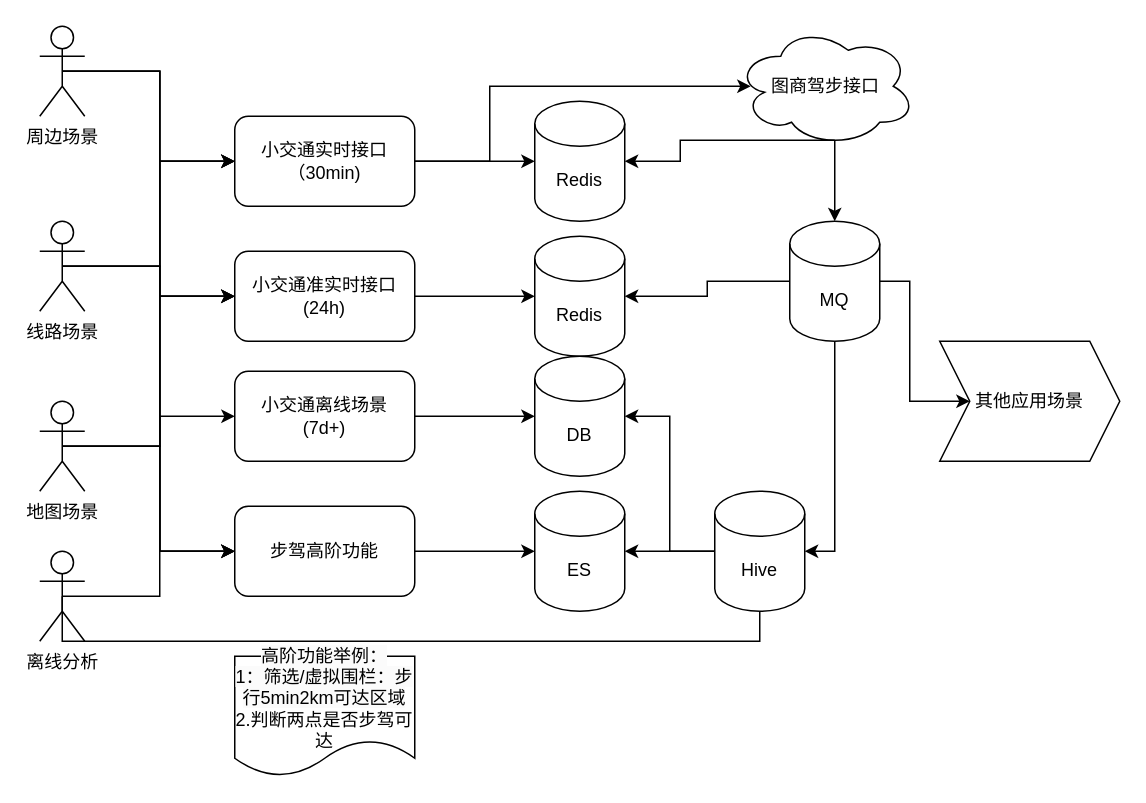
The draw.io diagram page "小交通数据架构设计" (2 of 3) of 大小交通架构设计.drawio in tsafo/demo, before the edit. Source tidied: cells renumbered, new cells numbered last; positions are measured from the earlier drawing's top-left corner, leaving out a move shared by most shapes. Both pictures are drawn from the tidied source at 150%, with x=0, y=0 at pixel (39, 26).
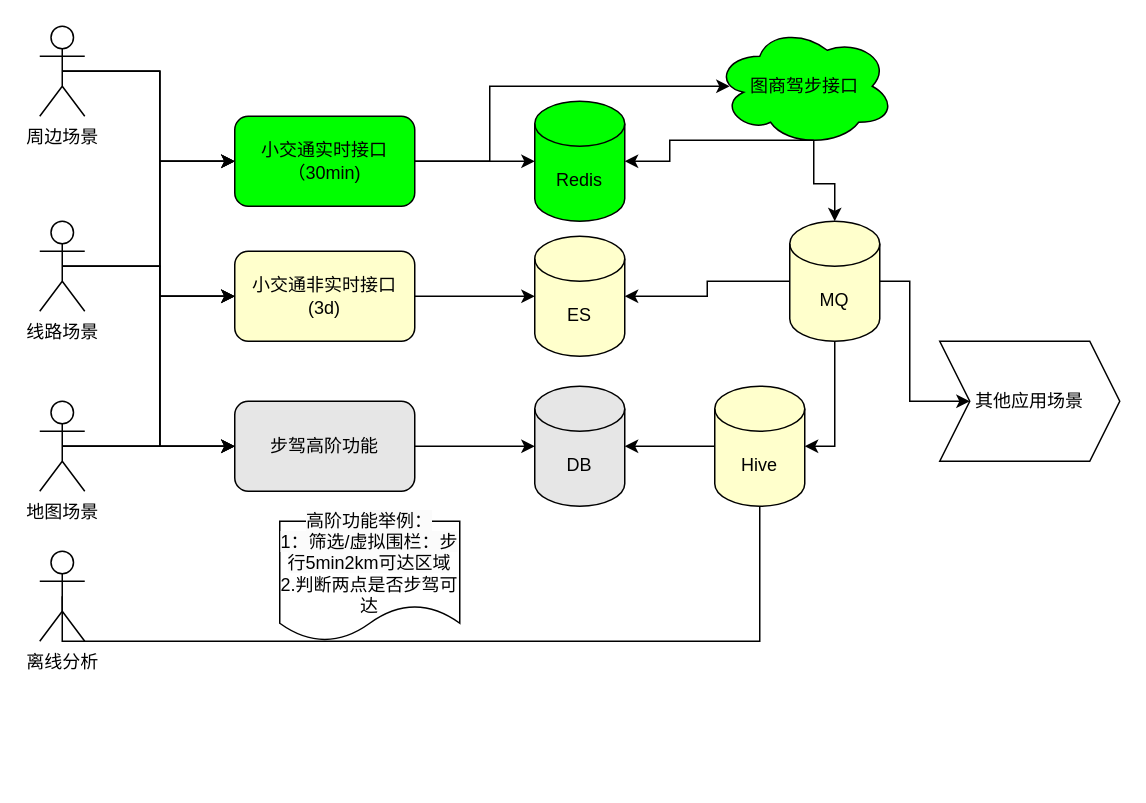
After the change.

Commit message:
更新大小交通架构设计.drawio

Unchanged cells that the change refers to:
```xml
<mxCell id="34" value="离线分析" style="shape=umlActor;verticalLabelPosition=bottom;verticalAlign=top;html=1;outlineConnect=0;" parent="1" vertex="1">
  <mxGeometry y="350" width="30" height="60" as="geometry" />
</mxCell>
```

Diff of the diagram source:
```diff
@@
-    <mxCell id="14" value="小交通实时接口&lt;div&gt;（30min)&lt;/div&gt;" style="rounded=1;whiteSpace=wrap;html=1;" parent="1" vertex="1">
+    <mxCell id="14" value="小交通实时接口&lt;div&gt;（30min)&lt;/div&gt;" style="rounded=1;whiteSpace=wrap;html=1;fillColor=#00FF00;" parent="1" vertex="1">
       <mxGeometry x="130" y="60" width="120" height="60" as="geometry" />
     </mxCell>
@@
-    <mxCell id="16" value="小交通准实时接口&lt;div&gt;(24h)&lt;/div&gt;" style="rounded=1;whiteSpace=wrap;html=1;" parent="1" vertex="1">
+    <mxCell id="16" value="小交通非实时接口&lt;div&gt;(3d)&lt;/div&gt;" style="rounded=1;whiteSpace=wrap;html=1;fillColor=#FFFFCC;" parent="1" vertex="1">
       <mxGeometry x="130" y="150" width="120" height="60" as="geometry" />
     </mxCell>
-    <mxCell id="17" value="步驾高阶功能" style="rounded=1;whiteSpace=wrap;html=1;" parent="1" vertex="1">
-      <mxGeometry x="130" y="320" width="120" height="60" as="geometry" />
+    <mxCell id="17" value="步驾高阶功能" style="rounded=1;whiteSpace=wrap;html=1;fillColor=#E6E6E6;" parent="1" vertex="1">
+      <mxGeometry x="130" y="250" width="120" height="60" as="geometry" />
     </mxCell>
@@
-    <mxCell id="19" value="MQ" style="shape=cylinder3;whiteSpace=wrap;html=1;boundedLbl=1;backgroundOutline=1;size=15;" parent="1" vertex="1">
+    <mxCell id="19" value="MQ" style="shape=cylinder3;whiteSpace=wrap;html=1;boundedLbl=1;backgroundOutline=1;size=15;fillColor=#FFFFCC;" parent="1" vertex="1">
       <mxGeometry x="500" y="130" width="60" height="80" as="geometry" />
     </mxCell>
@@
-    <mxCell id="21" value="图商驾步接口" style="ellipse;shape=cloud;whiteSpace=wrap;html=1;" parent="1" vertex="1">
-      <mxGeometry x="464" width="120" height="80" as="geometry" />
+    <mxCell id="21" value="图商驾步接口" style="ellipse;shape=cloud;whiteSpace=wrap;html=1;fillColor=#00FF00;" parent="1" vertex="1">
+      <mxGeometry x="450" width="120" height="80" as="geometry" />
     </mxCell>
-    <mxCell id="22" value="Redis" style="shape=cylinder3;whiteSpace=wrap;html=1;boundedLbl=1;backgroundOutline=1;size=15;" parent="1" vertex="1">
+    <mxCell id="22" value="ES" style="shape=cylinder3;whiteSpace=wrap;html=1;boundedLbl=1;backgroundOutline=1;size=15;fillColor=#FFFFCC;" parent="1" vertex="1">
       <mxGeometry x="330" y="140" width="60" height="80" as="geometry" />
     </mxCell>
-    <mxCell id="23" value="Hive" style="shape=cylinder3;whiteSpace=wrap;html=1;boundedLbl=1;backgroundOutline=1;size=15;" parent="1" vertex="1">
-      <mxGeometry x="450" y="310" width="60" height="80" as="geometry" />
+    <mxCell id="23" value="Hive" style="shape=cylinder3;whiteSpace=wrap;html=1;boundedLbl=1;backgroundOutline=1;size=15;fillColor=#FFFFCC;" parent="1" vertex="1">
+      <mxGeometry x="450" y="240" width="60" height="80" as="geometry" />
     </mxCell>
-    <mxCell id="24" value="ES" style="shape=cylinder3;whiteSpace=wrap;html=1;boundedLbl=1;backgroundOutline=1;size=15;" parent="1" vertex="1">
-      <mxGeometry x="330" y="310" width="60" height="80" as="geometry" />
+    <mxCell id="24" value="DB" style="shape=cylinder3;whiteSpace=wrap;html=1;boundedLbl=1;backgroundOutline=1;size=15;fillColor=#E6E6E6;" parent="1" vertex="1">
+      <mxGeometry x="330" y="240" width="60" height="80" as="geometry" />
     </mxCell>
-    <mxCell id="25" value="Redis" style="shape=cylinder3;whiteSpace=wrap;html=1;boundedLbl=1;backgroundOutline=1;size=15;" parent="1" vertex="1">
+    <mxCell id="25" value="Redis" style="shape=cylinder3;whiteSpace=wrap;html=1;boundedLbl=1;backgroundOutline=1;size=15;fillColor=#00FF00;" parent="1" vertex="1">
       <mxGeometry x="330" y="50" width="60" height="80" as="geometry" />
     </mxCell>
@@
-    <mxCell id="33" style="edgeStyle=orthogonalEdgeStyle;rounded=0;jettySize=auto;html=1;exitX=0.5;exitY=0.5;exitDx=0;exitDy=0;exitPerimeter=0;entryX=0;entryY=0.5;entryDx=0;entryDy=0;" parent="1" edge="1" source="34" target="38">
-      <mxGeometry relative="1" as="geometry" />
-    </mxCell>
@@
-    <mxCell id="37" style="edgeStyle=orthogonalEdgeStyle;rounded=0;jettySize=auto;html=1;exitX=1;exitY=0.5;exitDx=0;exitDy=0;" parent="1" edge="1" source="38" target="39">
-      <mxGeometry relative="1" as="geometry" />
-    </mxCell>
-    <mxCell id="38" value="小交通离线场景&lt;div&gt;(7d+)&lt;/div&gt;" style="rounded=1;whiteSpace=wrap;html=1;" parent="1" vertex="1">
-      <mxGeometry x="130" y="230" width="120" height="60" as="geometry" />
-    </mxCell>
-    <mxCell id="39" value="DB" style="shape=cylinder3;whiteSpace=wrap;html=1;boundedLbl=1;backgroundOutline=1;size=15;" parent="1" vertex="1">
-      <mxGeometry x="330" y="220" width="60" height="80" as="geometry" />
-    </mxCell>
-    <mxCell id="40" style="edgeStyle=orthogonalEdgeStyle;rounded=0;jettySize=auto;html=1;exitX=0;exitY=0.5;exitDx=0;exitDy=0;exitPerimeter=0;entryX=1;entryY=0.5;entryDx=0;entryDy=0;entryPerimeter=0;" parent="1" edge="1" source="23" target="39">
-      <mxGeometry relative="1" as="geometry" />
-    </mxCell>
     <mxCell id="41" value="&lt;br&gt;&lt;span style=&quot;color: rgb(0, 0, 0); font-family: Helvetica; font-size: 12px; font-style: normal; font-variant-ligatures: normal; font-variant-caps: normal; font-weight: 400; letter-spacing: normal; orphans: 2; text-align: center; text-indent: 0px; text-transform: none; widows: 2; word-spacing: 0px; -webkit-text-stroke-width: 0px; white-space: normal; background-color: rgb(251, 251, 251); text-decoration-thickness: initial; text-decoration-style: initial; text-decoration-color: initial; display: inline !important; float: none;&quot;&gt;高阶功能举例：&lt;/span&gt;&lt;div&gt;&lt;span style=&quot;color: rgb(0, 0, 0); font-family: Helvetica; font-size: 12px; font-style: normal; font-variant-ligatures: normal; font-variant-caps: normal; font-weight: 400; letter-spacing: normal; orphans: 2; text-align: center; text-indent: 0px; text-transform: none; widows: 2; word-spacing: 0px; -webkit-text-stroke-width: 0px; white-space: normal; background-color: rgb(251, 251, 251); text-decoration-thickness: initial; text-decoration-style: initial; text-decoration-color: initial; display: inline !important; float: none;&quot;&gt;1：筛选/虚拟围栏：步行5min2km可达区域&lt;/span&gt;&lt;/div&gt;&lt;div&gt;2.判断两点是否步驾可达&lt;br&gt;&lt;br&gt;&lt;/div&gt;" style="shape=document;whiteSpace=wrap;html=1;boundedLbl=1;" parent="1" vertex="1">
-      <mxGeometry x="130" y="420" width="120" height="80" as="geometry" />
+      <mxGeometry x="160" y="330" width="120" height="80" as="geometry" />
     </mxCell>
```
